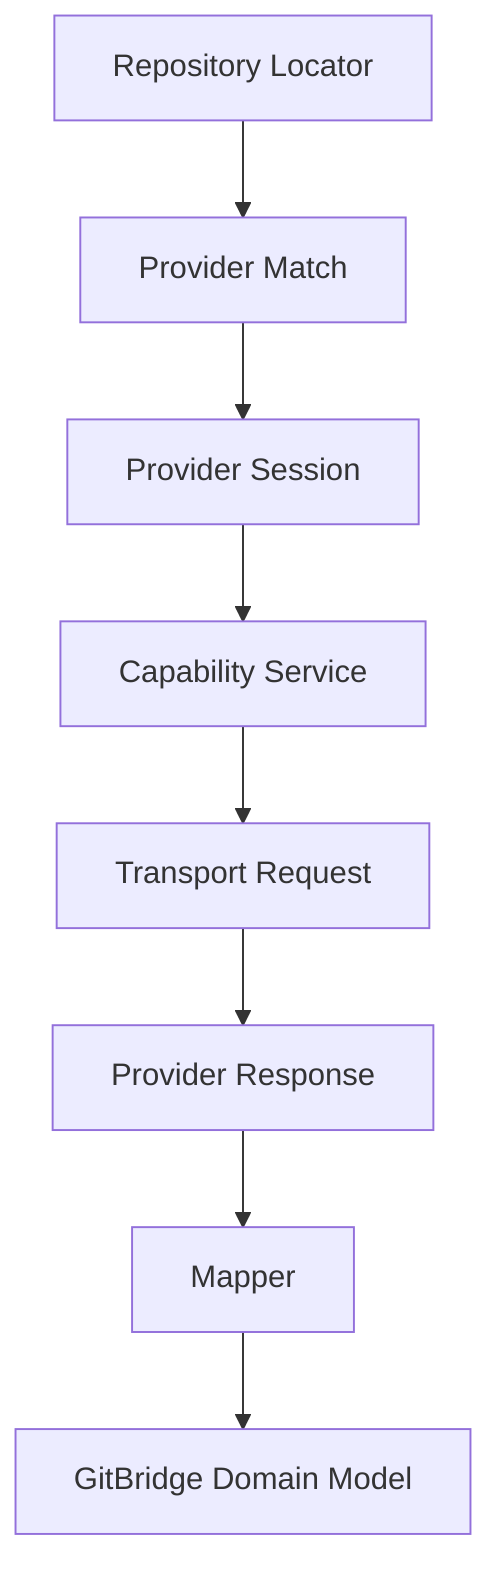
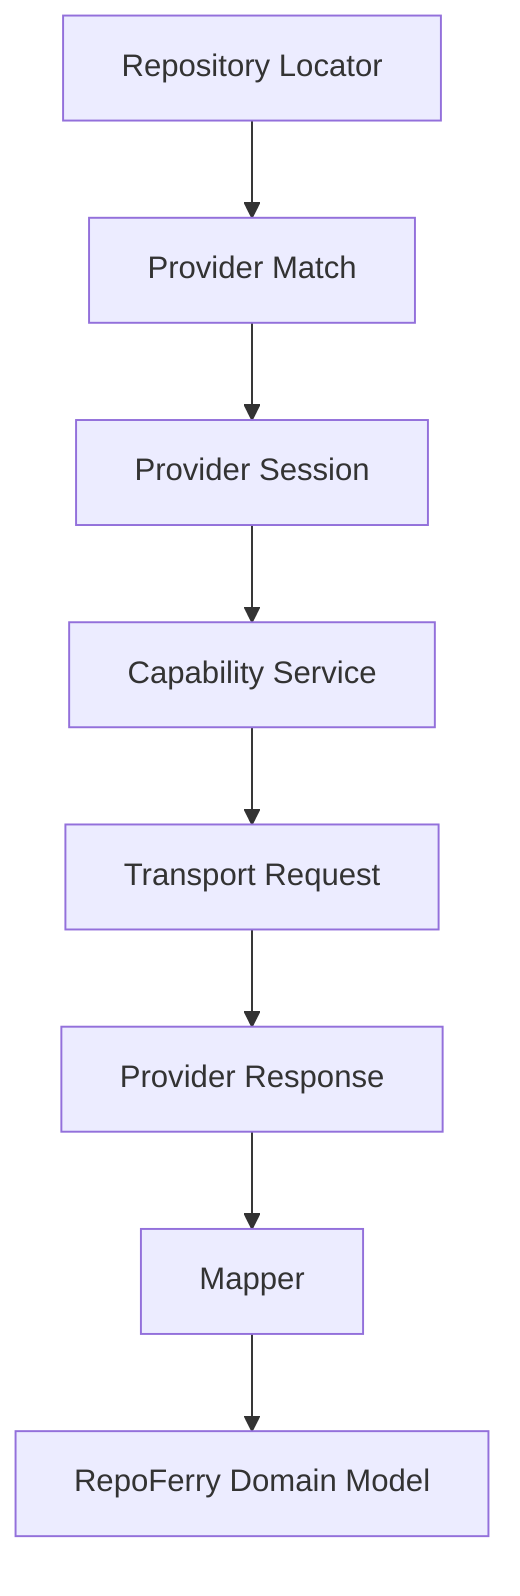
flowchart TD
  Locator["Repository Locator"]
  Match["Provider Match"]
  Session["Provider Session"]
  Capability["Capability Service"]
  Transport["Transport Request"]
  Response["Provider Response"]
  Mapper["Mapper"]
-   Domain["GitBridge Domain Model"]
+   Domain["RepoFerry Domain Model"]

  Locator --> Match
  Match --> Session
  Session --> Capability
  Capability --> Transport
  Transport --> Response
  Response --> Mapper
  Mapper --> Domain
